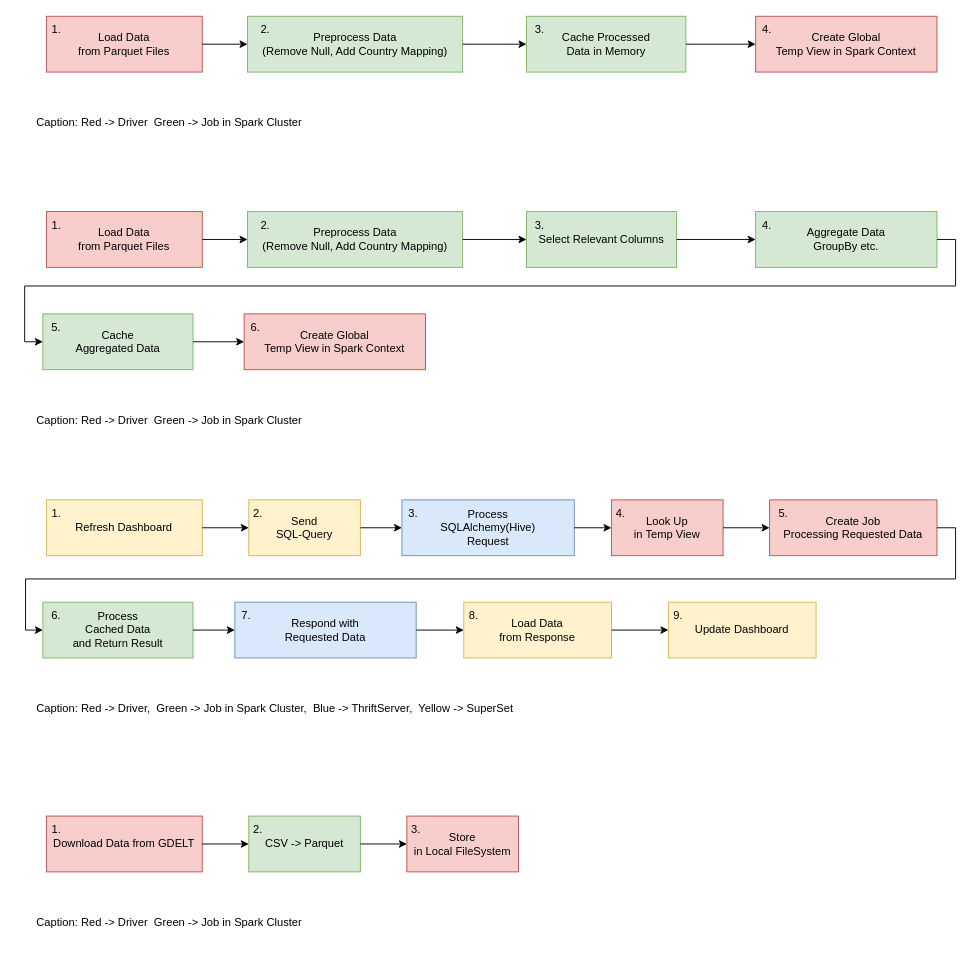
The draw.io diagram misc/diagramms/Fluss/FlussFull.drawio in OWLcracker/big-data, before the edit. Source tidied: cells renumbered, new cells numbered last; positions are measured from the earlier drawing's top-left corner, leaving out a move shared by most shapes. Both pictures are drawn from the tidied source at 93%, with x=0, y=0 at pixel (16, 16).
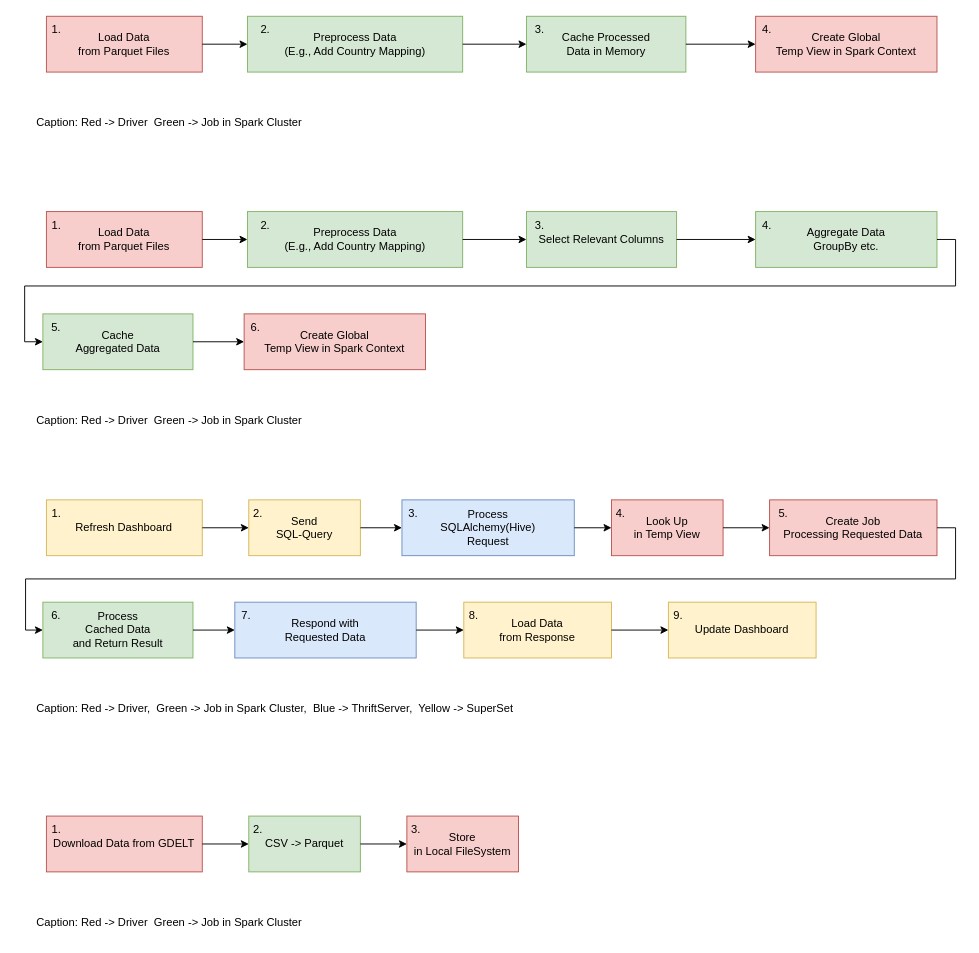
The same page after the edit.

Unchanged cells that the change refers to:
```xml
<mxCell id="6" style="group;fontFamily=JetBrainsMono Nerd Font;" parent="1" vertex="1">
  <mxGeometry x="210" width="270" height="60" as="geometry" />
</mxCell>
<mxCell id="21" style="group;fontFamily=JetBrainsMono Nerd Font;" parent="1" vertex="1">
  <mxGeometry x="210" y="210" width="270" height="60" as="geometry" />
</mxCell>
```

What changed in the source:
```diff
@@
-    <mxCell id="7" value="Preprocess Data&lt;br&gt;(Remove Null, Add Country Mapping)" style="rounded=0;whiteSpace=wrap;html=1;fillColor=#d5e8d4;strokeColor=#82b366;fontFamily=JetBrainsMono Nerd Font;" parent="6" vertex="1">
+    <mxCell id="7" value="Preprocess Data&lt;br&gt;(E.g., Add Country Mapping)" style="rounded=0;whiteSpace=wrap;html=1;fillColor=#d5e8d4;strokeColor=#82b366;fontFamily=JetBrainsMono Nerd Font;" parent="6" vertex="1">
       <mxGeometry x="38.6" width="231.4" height="60" as="geometry" />
     </mxCell>
@@
-    <mxCell id="22" value="Preprocess Data&lt;br&gt;(Remove Null, Add Country Mapping)" style="rounded=0;whiteSpace=wrap;html=1;fillColor=#d5e8d4;strokeColor=#82b366;fontFamily=JetBrainsMono Nerd Font;" parent="21" vertex="1">
+    <mxCell id="22" value="Preprocess Data&lt;br&gt;(E.g., Add Country Mapping)" style="rounded=0;whiteSpace=wrap;html=1;fillColor=#d5e8d4;strokeColor=#82b366;fontFamily=JetBrainsMono Nerd Font;" parent="21" vertex="1">
       <mxGeometry x="38.6" width="231.4" height="60" as="geometry" />
     </mxCell>
```
